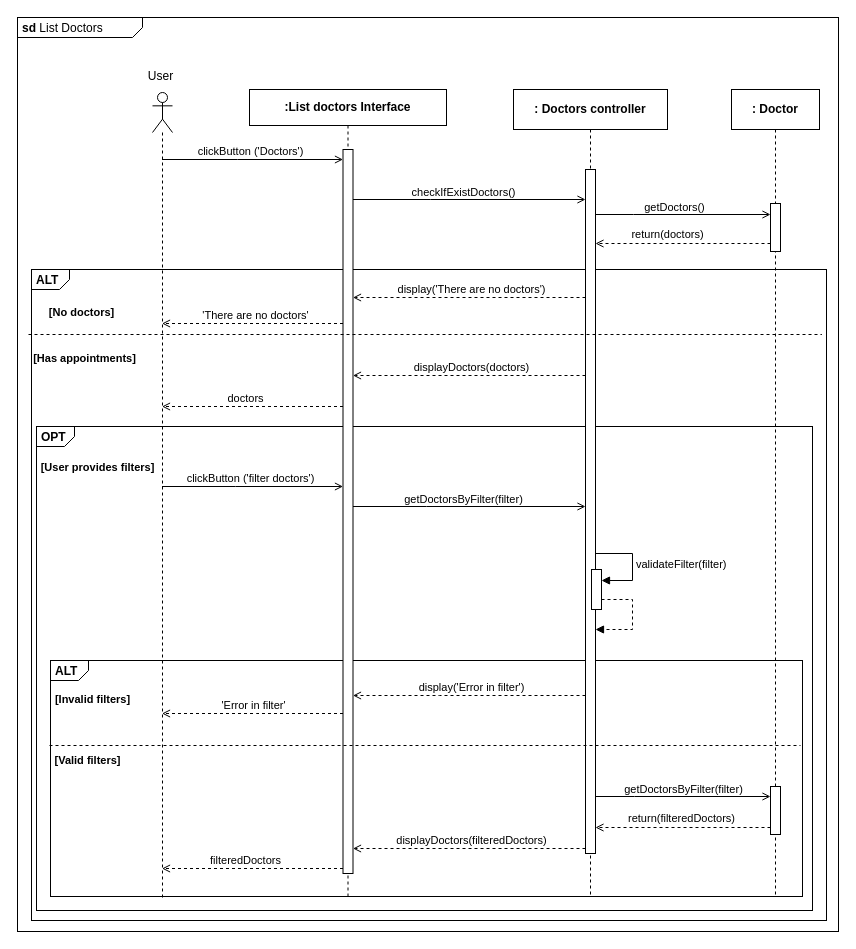
The draw.io diagram Diagrams/Sequence/Sequence Diagram 7.drawio in RafaelCMira/myclinic-msp-project, before the edit. Source tidied: cells renumbered, new cells numbered last; positions are measured from the earlier drawing's top-left corner, leaving out a move shared by most shapes. Both pictures are drawn from the tidied source at 100%, with x=0, y=0 at pixel (17, 17).
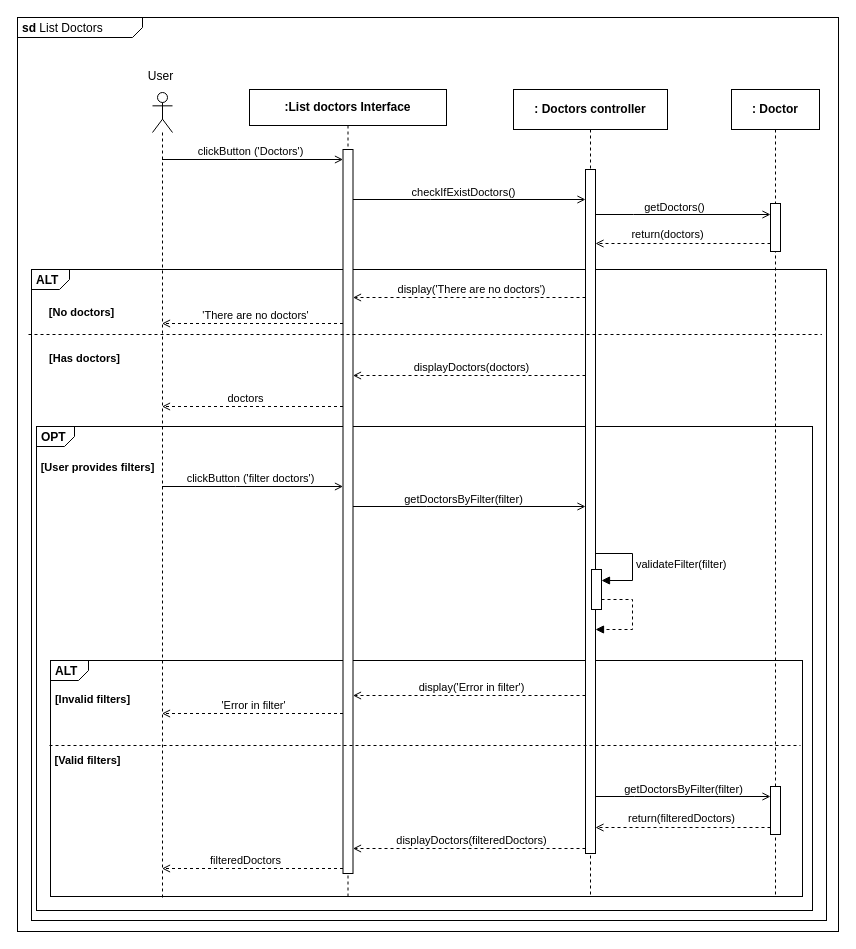
The same diagram, later.

The edit, as a diff of the source:
```diff
@@
-    <mxCell id="31" value="&lt;b&gt;[Has appointments]&lt;/b&gt;" style="text;html=1;align=center;verticalAlign=middle;strokeColor=none;fillColor=none;fontFamily=Helvetica;fontSize=11;fontColor=default;labelBackgroundColor=default;" parent="1" vertex="1">
-      <mxGeometry x="6" y="328" width="121" height="25" as="geometry" />
+    <mxCell id="31" value="&lt;b&gt;[Has doctors]&lt;/b&gt;" style="text;html=1;align=center;verticalAlign=middle;strokeColor=none;fillColor=none;fontFamily=Helvetica;fontSize=11;fontColor=default;labelBackgroundColor=default;" parent="1" vertex="1">
+      <mxGeometry x="22" y="326" width="90" height="30" as="geometry" />
     </mxCell>
```
